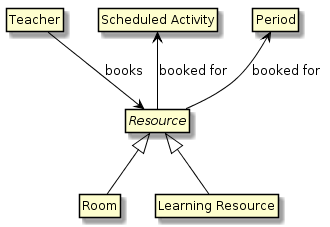
The PlantUML diagram 99_Resources/images/Conceptual_scheduling.png in nsip/specgen_input_au, before a commit. The source it was exported from:
```plantuml
@startuml
hide empty members
hide circle
skinparam class {
ArrowColor Black
BorderColor Black
}

abstract class Resource

Resource <|-- Room
Resource <|-- "Learning Resource"

Teacher --> Resource : books
"Scheduled Activity" <-- Resource : booked for
Period <-- Resource : booked for
@enduml
```
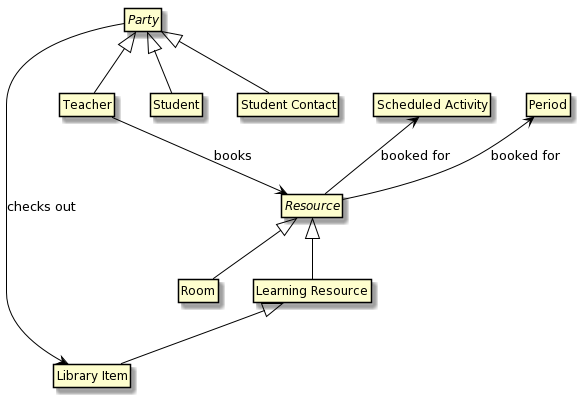
After the commit.

Diff of the diagram source:
```diff
@@ -7,11 +7,19 @@
 }
 
 abstract class Resource
+abstract class Party
 
 Resource <|-- Room
 Resource <|-- "Learning Resource"
+"Learning Resource" <|-- "Library Item"
+
+Party <|-- Teacher
+Party <|-- Student
+Party <|-- "Student Contact"
 
 Teacher --> Resource : books
 "Scheduled Activity" <-- Resource : booked for
 Period <-- Resource : booked for
+
+Party --> "Library Item" : checks out
 @enduml
```
